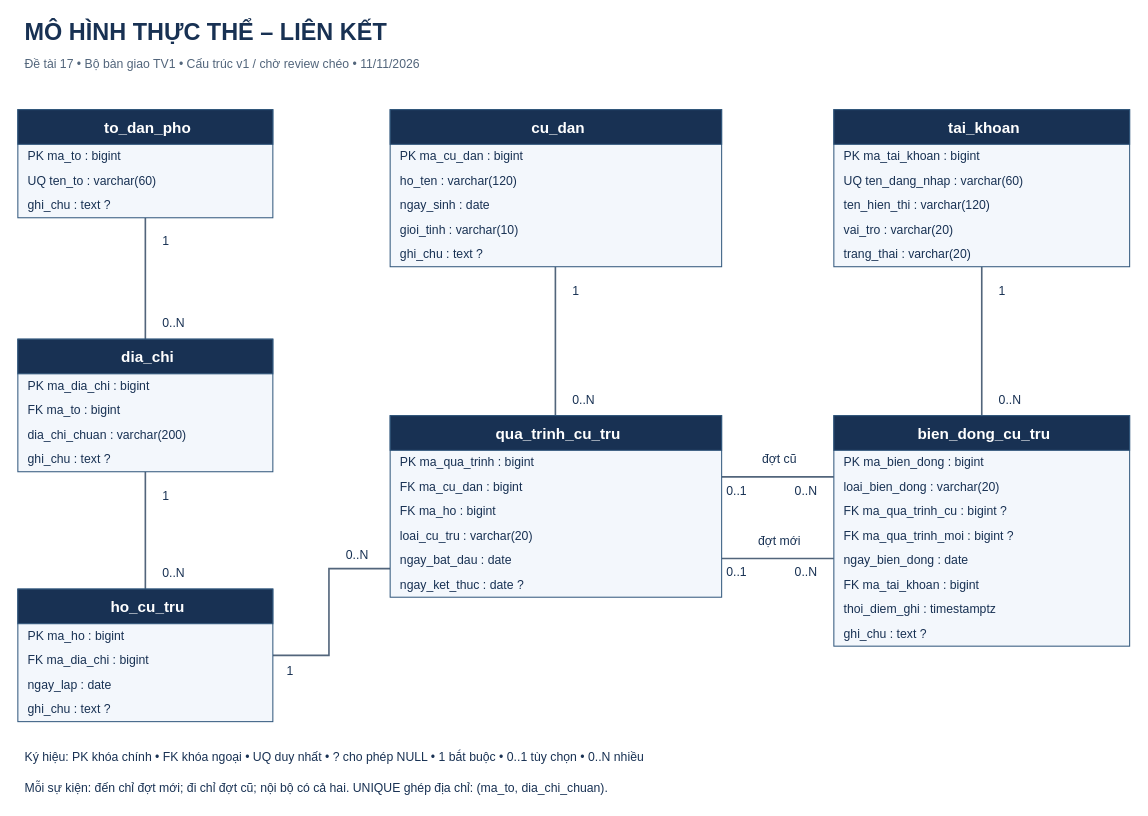
Linhlss/CSDL-Nh-m-38 keeps this draw.io diagram as diagrams/erd_v1.drawio. Above is the earlier version. Source tidied: cells renumbered, new cells numbered last; positions are measured from the earlier drawing's top-left corner, leaving out a move shared by most shapes. Both pictures are drawn from the tidied source at 102%, with x=0, y=0 at pixel (17, 17).
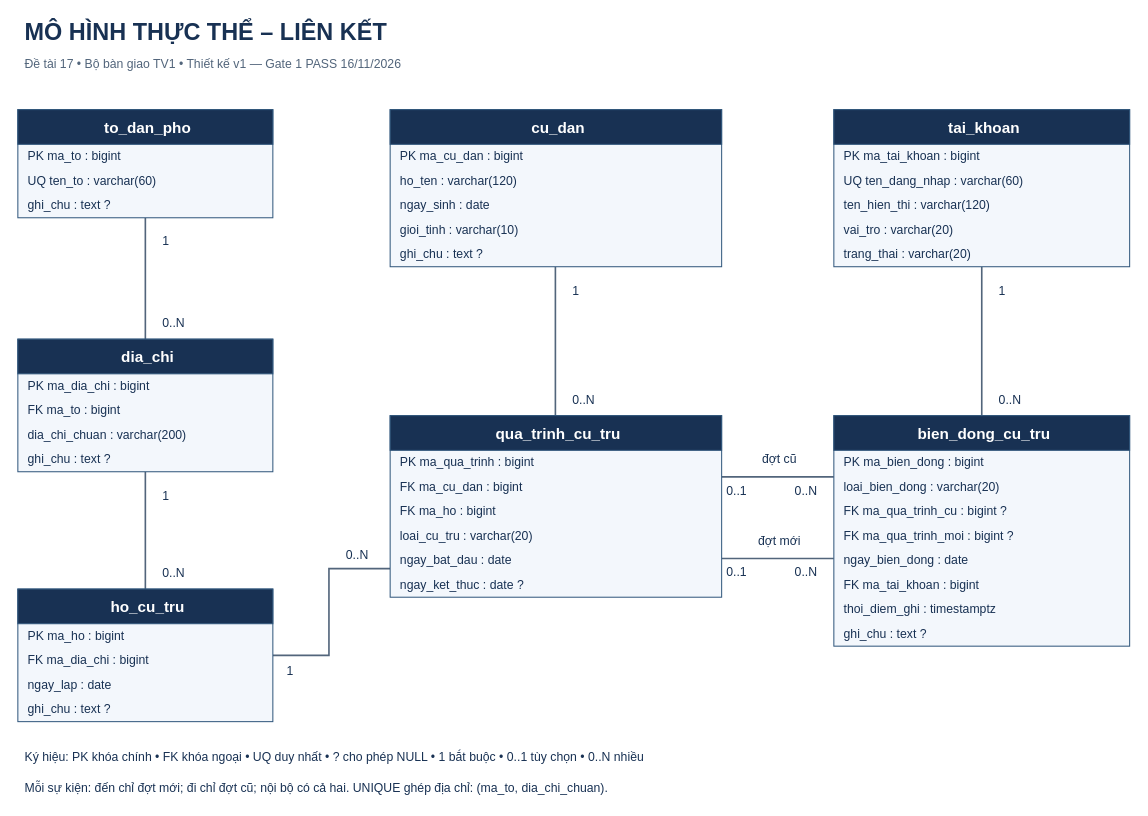
Above is the later version.

The edit, as a diff of the source:
```diff
@@
-    <mxCell id="3" value="Đề tài 17 • Bộ bàn giao TV1 • Cấu trúc v1 / chờ review chéo • 11/11/2026" style="text;html=1;whiteSpace=wrap;align=left;verticalAlign=middle;fontFamily=Arial;fontSize=12;fontColor=#52657b;fontStyle=0;spacingLeft=5;" parent="1" vertex="1">
+    <mxCell id="3" value="Đề tài 17 • Bộ bàn giao TV1 • Thiết kế v1 — Gate 1 PASS 16/11/2026" style="text;html=1;whiteSpace=wrap;align=left;verticalAlign=middle;fontFamily=Arial;fontSize=12;fontColor=#52657b;fontStyle=0;spacingLeft=5;" parent="1" vertex="1">
       <mxGeometry y="35" width="1090" height="22" as="geometry" />
     </mxCell>
```
